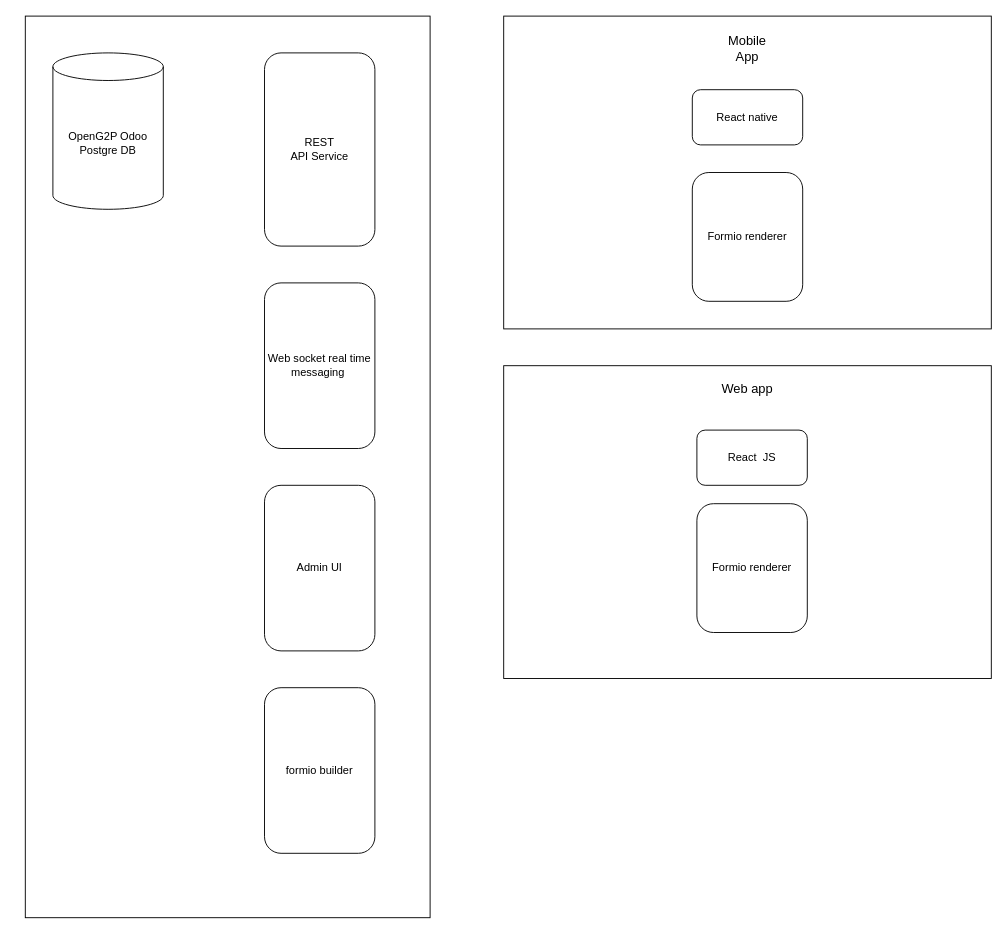
Above: .gitbook/assets/self_service_portal.drawio in OpenG2P/openg2p-documentation (draw.io), before the change. Source tidied: cells renumbered, new cells numbered last; positions are measured from the earlier drawing's top-left corner, leaving out a move shared by most shapes. Both pictures are drawn from the tidied source at 92%, with x=0, y=0 at pixel (25, 16).
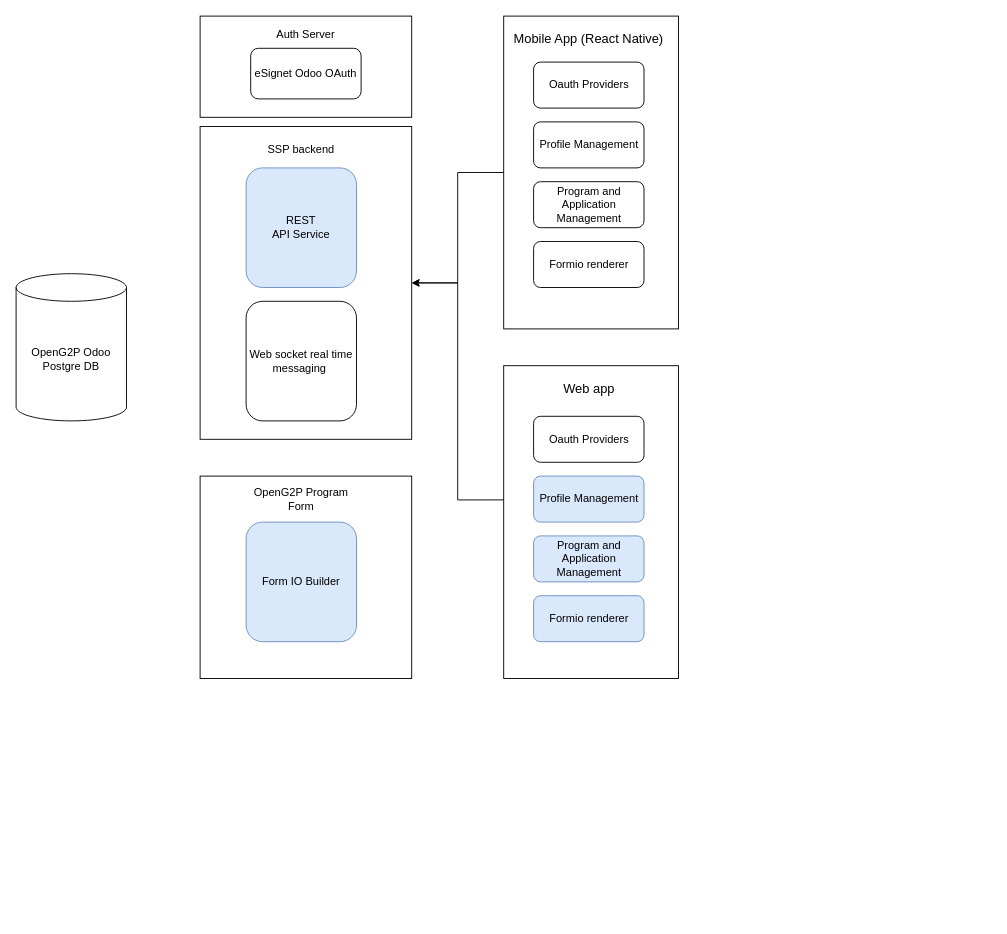
The same page after the edit.

Change to the diagram source:
```diff
@@
     <mxCell id="2" style="rounded=0;whiteSpace=wrap;html=1;" parent="1" vertex="1">
-      <mxGeometry width="440" height="980" as="geometry" />
+      <mxGeometry x="190" y="120" width="230" height="340" as="geometry" />
     </mxCell>
+    <mxCell id="16" style="edgeStyle=orthogonalEdgeStyle;rounded=0;jettySize=auto;html=1;" parent="1" edge="1" source="3" target="2">
+      <mxGeometry relative="1" as="geometry" />
+    </mxCell>
     <mxCell id="3" style="rounded=0;whiteSpace=wrap;html=1;" parent="1" vertex="1">
-      <mxGeometry x="520" width="530" height="340" as="geometry" />
+      <mxGeometry x="520" width="190" height="340" as="geometry" />
     </mxCell>
     <mxCell id="4" style="rounded=0;whiteSpace=wrap;html=1;" parent="1" vertex="1">
-      <mxGeometry x="520" y="380" width="530" height="340" as="geometry" />
+      <mxGeometry x="520" y="380" width="190" height="340" as="geometry" />
     </mxCell>
     <mxCell id="5" value="OpenG2P Odoo &lt;br&gt;Postgre DB" style="shape=cylinder3;whiteSpace=wrap;html=1;boundedLbl=1;backgroundOutline=1;size=15;" parent="1" vertex="1">
-      <mxGeometry x="30" y="40" width="120" height="170" as="geometry" />
+      <mxGeometry x="-10" y="280" width="120" height="160" as="geometry" />
     </mxCell>
-    <mxCell id="6" value="REST &lt;br&gt;API Service" style="rounded=1;whiteSpace=wrap;html=1;" parent="1" vertex="1">
-      <mxGeometry x="260" y="40" width="120" height="210" as="geometry" />
+    <mxCell id="6" value="REST &lt;br&gt;API Service" style="rounded=1;whiteSpace=wrap;html=1;fillColor=#dae8fc;strokeColor=#6c8ebf;" parent="1" vertex="1">
+      <mxGeometry x="240" y="165" width="120" height="130" as="geometry" />
     </mxCell>
     <mxCell id="7" value="Web socket real time messaging&amp;nbsp;" style="rounded=1;whiteSpace=wrap;html=1;" parent="1" vertex="1">
-      <mxGeometry x="260" y="290" width="120" height="180" as="geometry" />
+      <mxGeometry x="240" y="310" width="120" height="130" as="geometry" />
     </mxCell>
-    <mxCell id="8" value="Mobile App" style="text;html=1;strokeColor=none;fillColor=none;align=center;verticalAlign=middle;whiteSpace=wrap;rounded=0;fontSize=14;" parent="1" vertex="1">
-      <mxGeometry x="755" y="20" width="60" height="30" as="geometry" />
+    <mxCell id="8" value="Mobile App (React Native)" style="text;html=1;strokeColor=none;fillColor=none;align=center;verticalAlign=middle;whiteSpace=wrap;rounded=0;fontSize=14;" parent="1" vertex="1">
+      <mxGeometry x="530" y="10" width="165" height="30" as="geometry" />
     </mxCell>
     <mxCell id="9" value="Web app" style="text;html=1;strokeColor=none;fillColor=none;align=center;verticalAlign=middle;whiteSpace=wrap;rounded=0;fontSize=14;" parent="1" vertex="1">
-      <mxGeometry x="755" y="390" width="60" height="30" as="geometry" />
+      <mxGeometry x="582.5" y="390" width="60" height="30" as="geometry" />
     </mxCell>
-    <mxCell id="10" value="React native" style="rounded=1;whiteSpace=wrap;html=1;" parent="1" vertex="1">
-      <mxGeometry x="725" y="80" width="120" height="60" as="geometry" />
-    </mxCell>
-    <mxCell id="11" value="React&amp;nbsp; JS" style="rounded=1;whiteSpace=wrap;html=1;" parent="1" vertex="1">
-      <mxGeometry x="730" y="450" width="120" height="60" as="geometry" />
-    </mxCell>
-    <mxCell id="12" value="Admin UI" style="rounded=1;whiteSpace=wrap;html=1;" parent="1" vertex="1">
-      <mxGeometry x="260" y="510" width="120" height="180" as="geometry" />
-    </mxCell>
-    <mxCell id="13" value="formio builder" style="rounded=1;whiteSpace=wrap;html=1;" parent="1" vertex="1">
-      <mxGeometry x="260" y="730" width="120" height="180" as="geometry" />
-    </mxCell>
+    <mxCell id="15" value="Formio renderer" style="rounded=1;whiteSpace=wrap;html=1;" parent="1" vertex="1">
+      <mxGeometry x="552.5" y="245" width="120" height="50" as="geometry" />
+    </mxCell>
+    <mxCell id="17" value="SSP backend" style="text;html=1;strokeColor=none;fillColor=none;align=center;verticalAlign=middle;whiteSpace=wrap;rounded=0;" parent="1" vertex="1">
+      <mxGeometry x="260" y="130" width="80" height="30" as="geometry" />
+    </mxCell>
+    <mxCell id="18" style="rounded=0;whiteSpace=wrap;html=1;" parent="1" vertex="1">
+      <mxGeometry x="190" y="500" width="230" height="220" as="geometry" />
+    </mxCell>
+    <mxCell id="19" value="Form IO Builder" style="rounded=1;whiteSpace=wrap;html=1;fillColor=#dae8fc;strokeColor=#6c8ebf;" parent="1" vertex="1">
+      <mxGeometry x="240" y="550" width="120" height="130" as="geometry" />
+    </mxCell>
+    <mxCell id="20" value="OpenG2P Program Form" style="text;html=1;strokeColor=none;fillColor=none;align=center;verticalAlign=middle;whiteSpace=wrap;rounded=0;" parent="1" vertex="1">
+      <mxGeometry x="240" y="510" width="120" height="30" as="geometry" />
+    </mxCell>
+    <mxCell id="21" style="rounded=0;whiteSpace=wrap;html=1;" parent="1" vertex="1">
+      <mxGeometry x="190" width="230" height="110" as="geometry" />
+    </mxCell>
+    <mxCell id="22" value="eSignet Odoo OAuth" style="rounded=1;whiteSpace=wrap;html=1;" parent="1" vertex="1">
+      <mxGeometry x="245" y="35" width="120" height="55" as="geometry" />
+    </mxCell>
+    <mxCell id="23" value="Auth Server" style="text;html=1;strokeColor=none;fillColor=none;align=center;verticalAlign=middle;whiteSpace=wrap;rounded=0;" parent="1" vertex="1">
+      <mxGeometry x="265" y="5" width="80" height="30" as="geometry" />
+    </mxCell>
+    <mxCell id="24" value="Oauth Providers" style="rounded=1;whiteSpace=wrap;html=1;" parent="1" vertex="1">
+      <mxGeometry x="552.5" y="50" width="120" height="50" as="geometry" />
+    </mxCell>
+    <mxCell id="25" value="Profile Management" style="rounded=1;whiteSpace=wrap;html=1;" parent="1" vertex="1">
+      <mxGeometry x="552.5" y="115" width="120" height="50" as="geometry" />
+    </mxCell>
+    <mxCell id="26" value="Program and Application Management" style="rounded=1;whiteSpace=wrap;html=1;" parent="1" vertex="1">
+      <mxGeometry x="552.5" y="180" width="120" height="50" as="geometry" />
+    </mxCell>
-    <mxCell id="14" value="Formio renderer" style="rounded=1;whiteSpace=wrap;html=1;" parent="1" vertex="1">
-      <mxGeometry x="730" y="530" width="120" height="140" as="geometry" />
+    <mxCell id="14" value="Formio renderer" style="rounded=1;whiteSpace=wrap;html=1;fillColor=#dae8fc;strokeColor=#6c8ebf;" parent="1" vertex="1">
+      <mxGeometry x="552.5" y="630" width="120" height="50" as="geometry" />
     </mxCell>
-    <mxCell id="15" value="Formio renderer" style="rounded=1;whiteSpace=wrap;html=1;" parent="1" vertex="1">
-      <mxGeometry x="725" y="170" width="120" height="140" as="geometry" />
-    </mxCell>
+    <mxCell id="27" value="Oauth Providers" style="rounded=1;whiteSpace=wrap;html=1;" parent="1" vertex="1">
+      <mxGeometry x="552.5" y="435" width="120" height="50" as="geometry" />
+    </mxCell>
+    <mxCell id="28" value="Profile Management" style="rounded=1;whiteSpace=wrap;html=1;fillColor=#dae8fc;strokeColor=#6c8ebf;" parent="1" vertex="1">
+      <mxGeometry x="552.5" y="500" width="120" height="50" as="geometry" />
+    </mxCell>
+    <mxCell id="29" value="Program and Application Management" style="rounded=1;whiteSpace=wrap;html=1;fillColor=#dae8fc;strokeColor=#6c8ebf;" parent="1" vertex="1">
+      <mxGeometry x="552.5" y="565" width="120" height="50" as="geometry" />
+    </mxCell>
+    <mxCell id="30" style="edgeStyle=orthogonalEdgeStyle;rounded=0;jettySize=auto;html=1;entryX=1;entryY=0.5;entryDx=0;entryDy=0;exitX=0;exitY=0.429;exitDx=0;exitDy=0;exitPerimeter=0;" parent="1" edge="1" source="4" target="2">
+      <mxGeometry relative="1" as="geometry" />
+    </mxCell>
```
